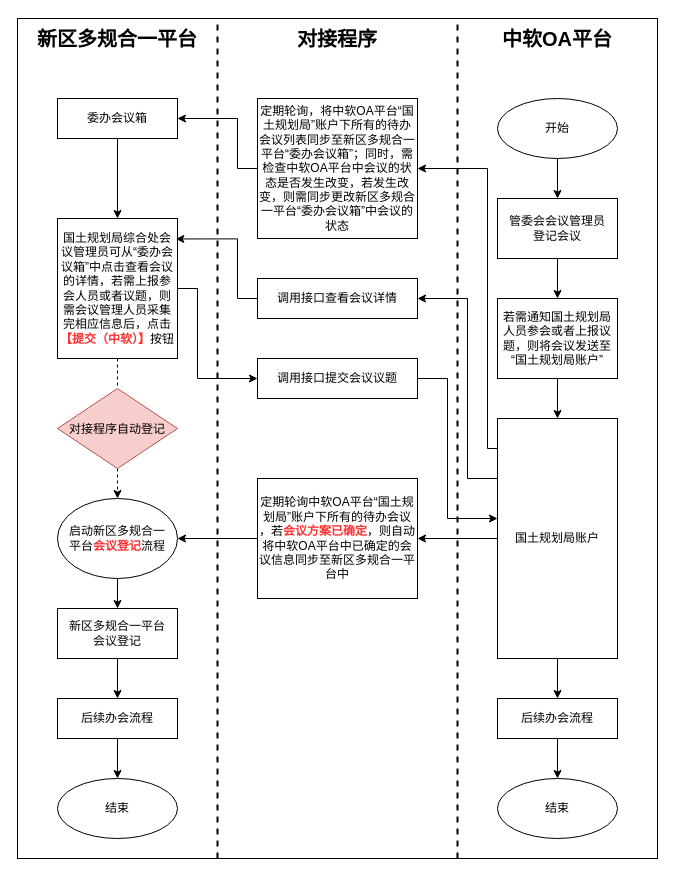
806100963/draw.io keeps this draw.io diagram as page "会议模块" (4 of 4) of 中软对接.drawio. Above is the earlier version. Source tidied: cells renumbered, new cells numbered last; positions are measured from the earlier drawing's top-left corner, leaving out a move shared by most shapes. Both pictures are drawn from the tidied source at 100%, with x=0, y=0 at pixel (17, 18).
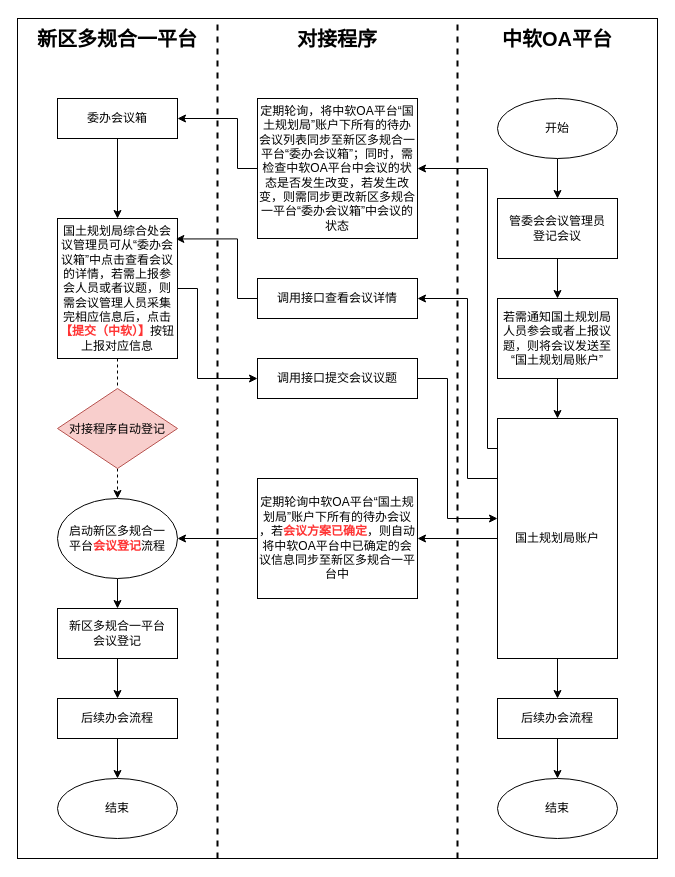
Above is the later version.

Change to the diagram source:
```diff
@@
-    <mxCell id="27" value="&lt;span&gt;国土规划局综合处会议管理员可从&lt;/span&gt;“委办会议箱”中&lt;span&gt;点击查看会议的详情，若需上报参会人员或者议题，则需会议管理人员采集完相应信息后，点击&lt;/span&gt;&lt;b&gt;&lt;font color=&quot;#ff3333&quot;&gt;【提交（中软）】&lt;/font&gt;&lt;/b&gt;&lt;span&gt;按钮&lt;/span&gt;" style="rounded=0;whiteSpace=wrap;html=1;fontSize=12;" parent="1" vertex="1">
+    <mxCell id="27" value="&lt;span&gt;国土规划局综合处会议管理员可从&lt;/span&gt;“委办会议箱”中&lt;span&gt;点击查看会议的详情，若需上报参会人员或者议题，则需会议管理人员采集完相应信息后，点击&lt;/span&gt;&lt;b&gt;&lt;font color=&quot;#ff3333&quot;&gt;【提交（中软）】&lt;/font&gt;&lt;/b&gt;&lt;span&gt;按钮上报对应信息&lt;/span&gt;" style="rounded=0;whiteSpace=wrap;html=1;fontSize=12;" parent="1" vertex="1">
       <mxGeometry x="40" y="200" width="120" height="140" as="geometry" />
     </mxCell>
```
